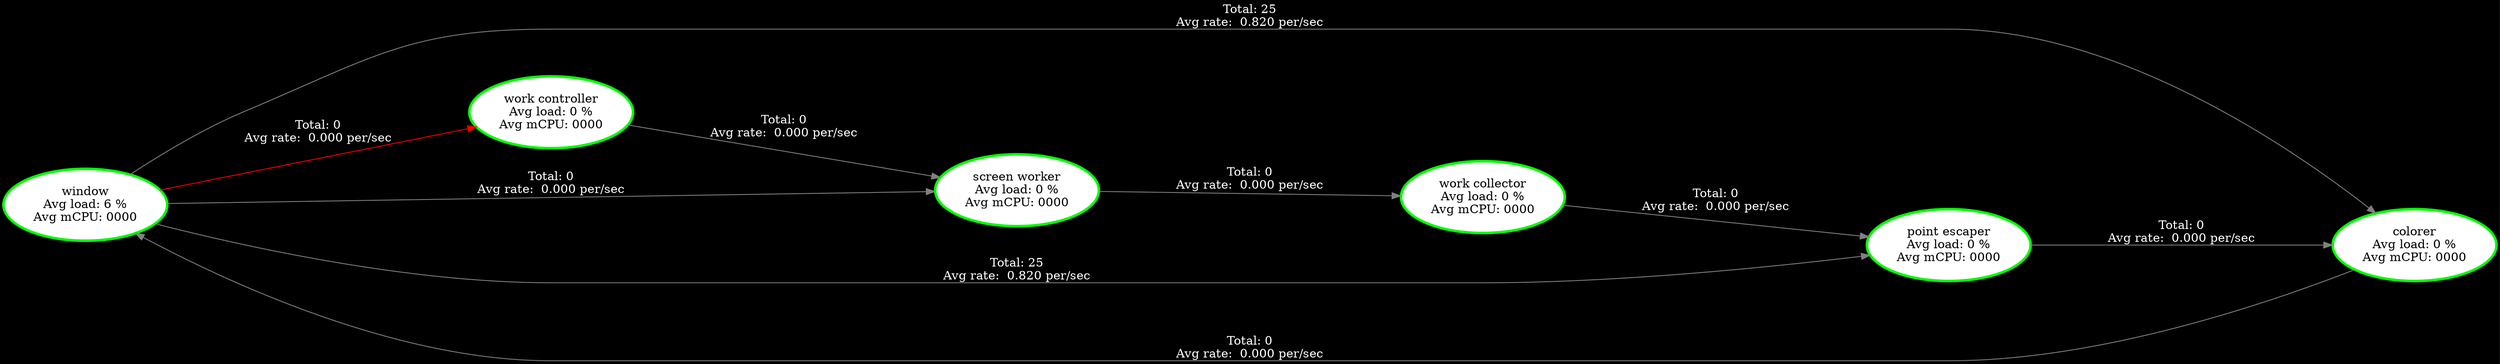
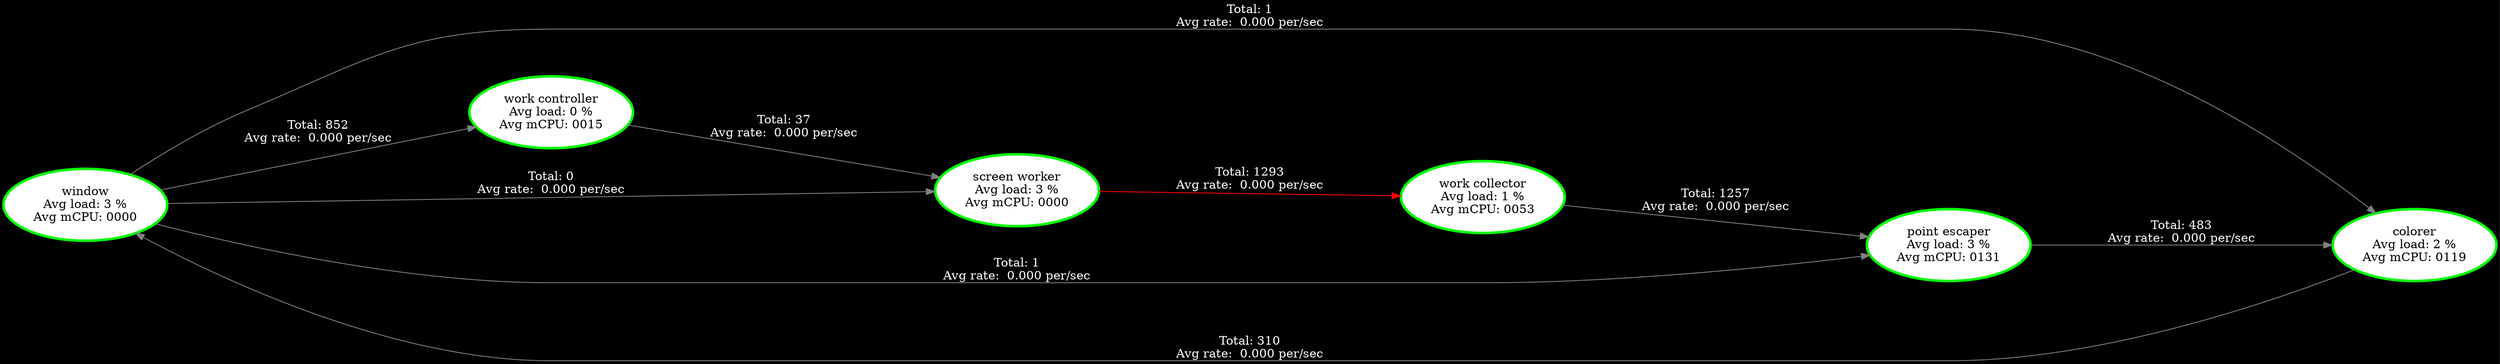
digraph G {
rankdir=LR;
graph [nodesep=.5, ranksep=2.5];
node [margin=0.1];
node [style=filled, fillcolor=white, fontcolor=black];
edge [color=white, fontcolor=white];
graph [bgcolor=black];
"window" [label="window
- Avg load: 6 %
+ Avg load: 3 %
Avg mCPU: 0000
- ", tooltip="window\n\nThreadId(15) Core:4\nWindow 12.8 secs\n--- Stats ---\nAvg load: 6 %\nAvg mCPU: 0000 \n", color="green", penwidth=3 ];
+ ", tooltip="window\n\nThreadId(24) Core:4\nWindow 12.8 secs\nstopped\n--- Stats ---\nAvg load: 3 %\nAvg mCPU: 0000 \n", color="green", penwidth=3 ];
"colorer" [label="colorer
- Avg load: 0 %
- Avg mCPU: 0000
- ", tooltip="colorer\n\nThreadId(16) Core:5\nWindow 12.8 secs\n--- Stats ---\nAvg load: 0 %\nAvg mCPU: 0000 \n", color="green", penwidth=3 ];
+ Avg load: 2 %
+ Avg mCPU: 0119
+ ", tooltip="colorer\n\nThreadId(25) Core:5\nWindow 12.8 secs\n--- Stats ---\nAvg load: 2 %\nAvg mCPU: 0119 \n", color="green", penwidth=3 ];
"work controller" [label="work controller
Avg load: 0 %
+ Avg mCPU: 0015
+ ", tooltip="work controller\n\nThreadId(27) Core:6\nWindow 12.8 secs\nstopped\n--- Stats ---\nAvg load: 0 %\nAvg mCPU: 0015 \n", color="green", penwidth=3 ];
+ "screen worker" [label="screen worker
+ Avg load: 3 %
Avg mCPU: 0000
- ", tooltip="work controller\n\nWindow 12.8 secs\n--- Stats ---\nAvg load: 0 %\nAvg mCPU: 0000 \n", color="green", penwidth=3 ];
- "screen worker" [label="screen worker
- Avg load: 0 %
- Avg mCPU: 0000
- ", tooltip="screen worker\n\nThreadId(18) Core:1\nWindow 12.8 secs\n--- Stats ---\nAvg load: 0 %\nAvg mCPU: 0000 \n", color="green", penwidth=3 ];
+ ", tooltip="screen worker\n\nThreadId(28) Core:7\nWindow 12.8 secs\nstopped\n--- Stats ---\nAvg load: 3 %\nAvg mCPU: 0000 \n", color="green", penwidth=3 ];
"work collector" [label="work collector
- Avg load: 0 %
- Avg mCPU: 0000
- ", tooltip="work collector\n\nThreadId(19) Core:2\nWindow 12.8 secs\n--- Stats ---\nAvg load: 0 %\nAvg mCPU: 0000 \n", color="green", penwidth=3 ];
+ Avg load: 1 %
+ Avg mCPU: 0053
+ ", tooltip="work collector\n\nThreadId(29) Core:8\nWindow 12.8 secs\n--- Stats ---\nAvg load: 1 %\nAvg mCPU: 0053 \n", color="green", penwidth=3 ];
"point escaper" [label="point escaper
- Avg load: 0 %
- Avg mCPU: 0000
- ", tooltip="point escaper\n\nThreadId(20) Core:3\nWindow 12.8 secs\n--- Stats ---\nAvg load: 0 %\nAvg mCPU: 0000 \n", color="green", penwidth=3 ];
- "colorer" -> "window" [label="Total: 0
+ Avg load: 3 %
+ Avg mCPU: 0131
+ ", tooltip="point escaper\n\nThreadId(30) Core:9\nWindow 12.8 secs\n--- Stats ---\nAvg load: 3 %\nAvg mCPU: 0131 \n", color="green", penwidth=3 ];
+ "colorer" -> "window" [label="Total: 310
Avg rate:  0.000 per/sec
- ", tooltip="Window: 25.6 secs\nCH#3: Data\n Capacity: 2\n Volume: 0 (Total: 0)\n Saturation: 0%\n", color="#808080", penwidth=1];
- "point escaper" -> "colorer" [label="Total: 0
+ ", tooltip="Window: 25.6 secs\nCH#3: Data\n Capacity: 2\n Volume: 0 (Total: 310)\n Saturation: 0%\n", color="#808080", penwidth=1];
+ "point escaper" -> "colorer" [label="Total: 483
Avg rate:  0.000 per/sec
- ", tooltip="Window: 25.6 secs\nCH#8: Data\n Capacity: 50\n Volume: 0 (Total: 0)\n Saturation: 0%\n", color="#808080", penwidth=1];
- "screen worker" -> "work collector" [label="Total: 0
+ ", tooltip="Window: 25.6 secs\nCH#9: Data\n Capacity: 50\n Volume: 3 (Total: 483)\n Saturation: 0%\n", color="#808080", penwidth=1];
+ "screen worker" -> "work collector" [label="Total: 1293
Avg rate:  0.000 per/sec
- ", tooltip="Window: 25.6 secs\nCH#14: Data\n Capacity: 50\n Volume: 0 (Total: 0)\n Saturation: 0%\n", color="#808080", penwidth=1];
- "window" -> "colorer" [label="Total: 25
- Avg rate:  0.820 per/sec
- ", tooltip="Window: 25.6 secs\nCH#1: Data\n Capacity: 50\n Volume: 0 (Total: 25)\n Saturation: 0%\n", color="#808080", penwidth=1];
- "window" -> "point escaper" [label="Total: 25
- Avg rate:  0.820 per/sec
- ", tooltip="Window: 25.6 secs\nCH#2: Data\n Capacity: 50\n Volume: 0 (Total: 25)\n Saturation: 0%\n", color="#808080", penwidth=1];
+ ", tooltip="Window: 25.6 secs\nCH#17: Data\n Capacity: 50\n Volume: 50 (Total: 1293)\n Saturation: 0%\n", color="#FF0000", penwidth=1];
+ "window" -> "colorer" [label="Total: 1
+ Avg rate:  0.000 per/sec
+ ", tooltip="Window: 25.6 secs\nCH#1: Data\n Capacity: 50\n Volume: 0 (Total: 1)\n Saturation: 0%\n", color="#808080", penwidth=1];
+ "window" -> "point escaper" [label="Total: 1
+ Avg rate:  0.000 per/sec
+ ", tooltip="Window: 25.6 secs\nCH#2: Data\n Capacity: 50\n Volume: 0 (Total: 1)\n Saturation: 0%\n", color="#808080", penwidth=1];
"window" -> "screen worker" [label="Total: 0
Avg rate:  0.000 per/sec
", tooltip="Window: 25.6 secs\nCH#5: Data\n Capacity: 50\n Volume: 0 (Total: 0)\n Saturation: 0%\n", color="#808080", penwidth=1];
- "window" -> "work controller" [label="Total: 0
+ "window" -> "work controller" [label="Total: 852
Avg rate:  0.000 per/sec
- ", tooltip="Window: 25.6 secs\nCH#4: Data\n Capacity: 50\n Volume: 50 (Total: 0)\n Saturation: 0%\n", color="#FF0000", penwidth=1];
- "work collector" -> "point escaper" [label="Total: 0
+ ", tooltip="Window: 25.6 secs\nCH#4: Data\n Capacity: 50\n Volume: 0 (Total: 852)\n Saturation: 0%\n", color="#808080", penwidth=1];
+ "work collector" -> "point escaper" [label="Total: 1257
Avg rate:  0.000 per/sec
- ", tooltip="Window: 25.6 secs\nCH#21: Data\n Capacity: 50\n Volume: 0 (Total: 0)\n Saturation: 0%\n", color="#808080", penwidth=1];
- "work controller" -> "screen worker" [label="Total: 0
+ ", tooltip="Window: 25.6 secs\nCH#18: Data\n Capacity: 50\n Volume: 3 (Total: 1257)\n Saturation: 0%\n", color="#808080", penwidth=1];
+ "work controller" -> "screen worker" [label="Total: 37
Avg rate:  0.000 per/sec
- ", tooltip="Window: 25.6 secs\nCH#13: Data\n Capacity: 50\n Volume: 0 (Total: 0)\n Saturation: 0%\n", color="#808080", penwidth=1];
+ ", tooltip="Window: 25.6 secs\nCH#10: Data\n Capacity: 50\n Volume: 0 (Total: 37)\n Saturation: 0%\n", color="#808080", penwidth=1];
}
